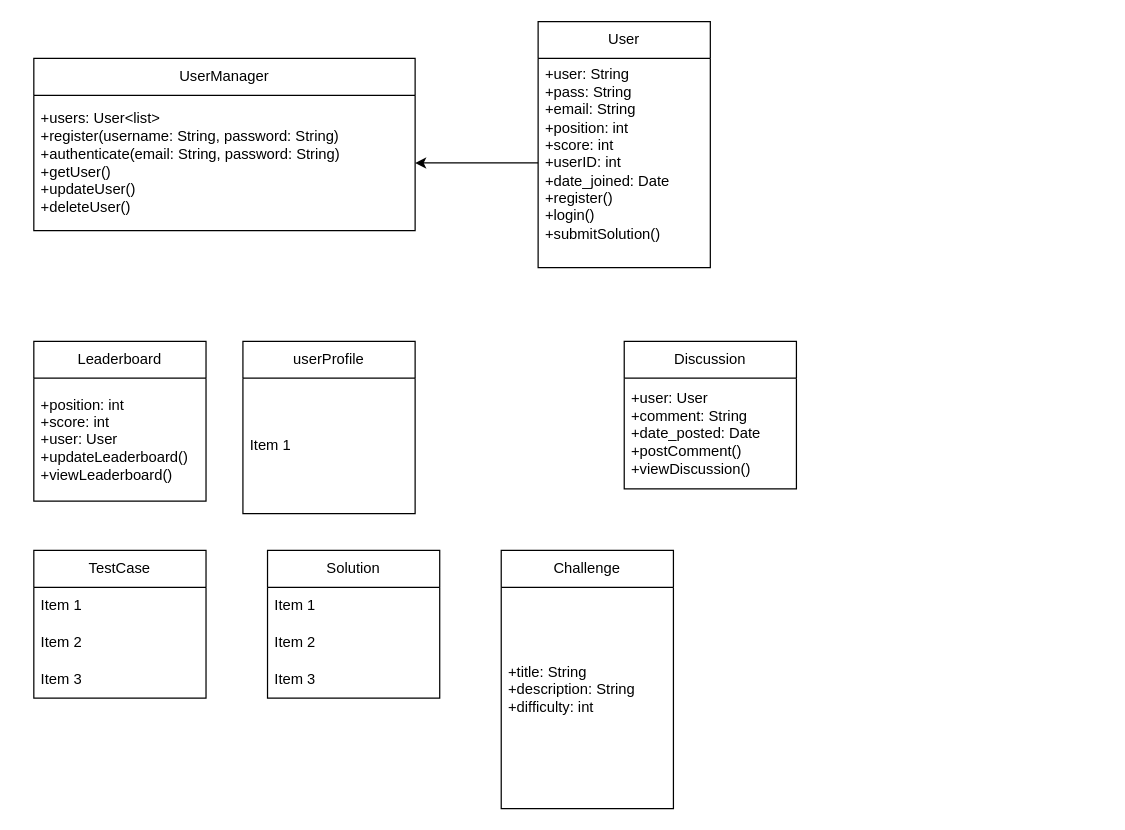
Before: class-diagram.drawio in rayesalnasra/code-golf, a draw.io diagram. Source tidied: cells renumbered, new cells numbered last; positions are measured from the earlier drawing's top-left corner, leaving out a move shared by most shapes. Both pictures are drawn from the tidied source at 123%, with x=0, y=0 at pixel (33, 21).
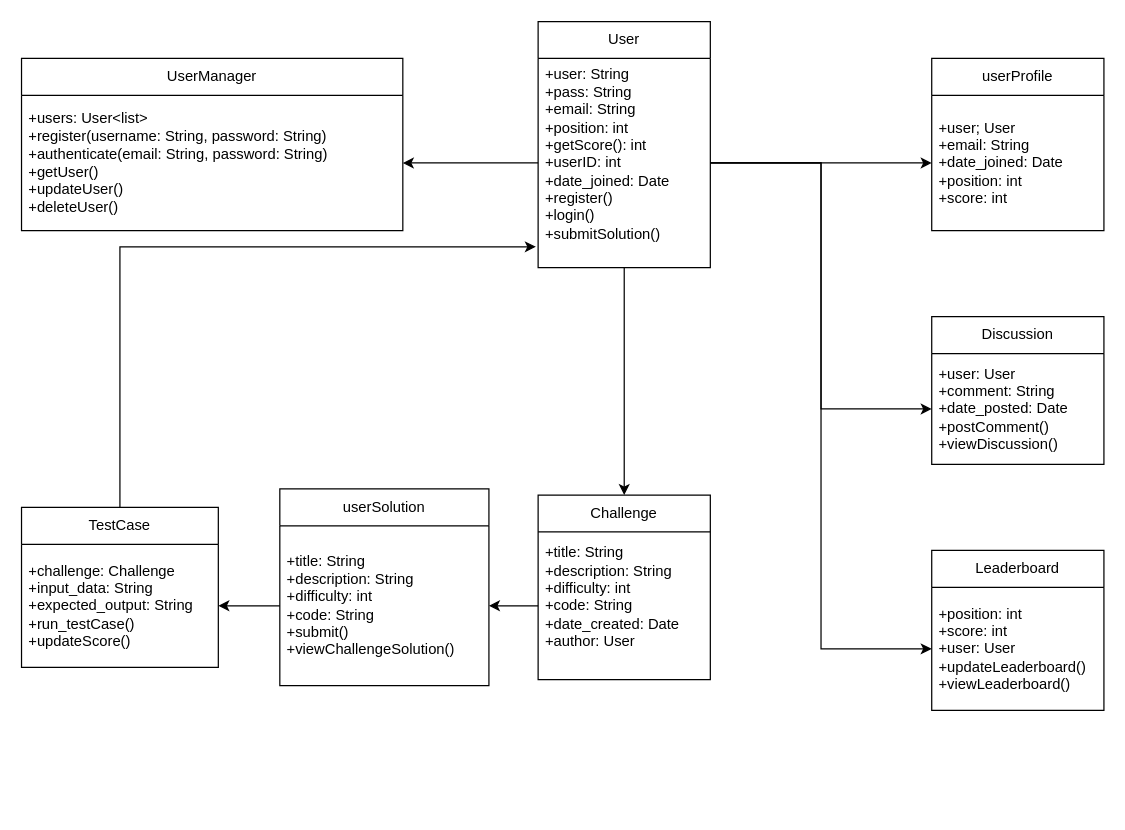
The same diagram, later.

Unchanged cells that the change refers to:
```xml
<mxCell id="4" value="User" style="swimlane;fontStyle=0;horizontal=1;startSize=30;whiteSpace=wrap;html=1;" parent="1" vertex="1">
  <mxGeometry x="410" width="140" height="200" as="geometry" />
</mxCell>
<mxCell id="7" value="+position: int&lt;div&gt;+score: int&lt;/div&gt;&lt;div&gt;+user: User&lt;/div&gt;&lt;div&gt;+updateLeaderboard()&lt;/div&gt;&lt;div&gt;+viewLeaderboard()&lt;/div&gt;" style="text;strokeColor=none;fillColor=none;align=left;verticalAlign=middle;spacingLeft=4;spacingRight=4;overflow=hidden;points=[[0,0.5],[1,0.5]];portConstraint=eastwest;whiteSpace=wrap;html=1;" parent="6" vertex="1">
  <mxGeometry y="30" width="140" height="100" as="geometry" />
</mxCell>
<mxCell id="19" value="+user: User&lt;div&gt;+comment: String&lt;/div&gt;&lt;div&gt;+date_posted: Date&lt;/div&gt;&lt;div&gt;+postComment()&lt;/div&gt;&lt;div&gt;+viewDiscussion()&lt;/div&gt;" style="text;strokeColor=none;fillColor=none;align=left;verticalAlign=middle;spacingLeft=4;spacingRight=4;overflow=hidden;points=[[0,0.5],[1,0.5]];portConstraint=eastwest;whiteSpace=wrap;html=1;" parent="18" vertex="1">
  <mxGeometry y="30" width="140" height="90" as="geometry" />
</mxCell>
```

What changed in the source:
```diff
@@
     <mxCell id="2" value="UserManager" style="swimlane;fontStyle=0;horizontal=1;startSize=30;whiteSpace=wrap;html=1;" parent="1" vertex="1">
-      <mxGeometry y="30" width="310" height="140" as="geometry" />
+      <mxGeometry x="-10" y="30" width="310" height="140" as="geometry" />
     </mxCell>
@@
+    <mxCell id="23" style="edgeStyle=orthogonalEdgeStyle;rounded=0;jettySize=auto;html=1;entryX=0.5;entryY=0;entryDx=0;entryDy=0;" parent="1" edge="1" source="4" target="8">
+      <mxGeometry relative="1" as="geometry" />
+    </mxCell>
@@
-    <mxCell id="5" value="&lt;div&gt;+user: String&lt;/div&gt;&lt;div&gt;+pass: String&lt;/div&gt;&lt;div&gt;+email: String&lt;/div&gt;+position: int&lt;div&gt;+score: int&lt;br&gt;&lt;div&gt;+userID: int&lt;/div&gt;&lt;div&gt;+date_joined: Date&lt;/div&gt;&lt;div&gt;+register()&lt;/div&gt;&lt;div&gt;+login()&lt;/div&gt;&lt;div&gt;+submitSolution()&lt;br&gt;&lt;/div&gt;&lt;/div&gt;&lt;div&gt;&lt;br&gt;&lt;/div&gt;" style="text;strokeColor=none;fillColor=none;align=left;verticalAlign=middle;spacingLeft=4;spacingRight=4;overflow=hidden;points=[[0,0.5],[1,0.5]];portConstraint=eastwest;whiteSpace=wrap;html=1;" parent="4" vertex="1">
+    <mxCell id="5" value="&lt;div&gt;+user: String&lt;/div&gt;&lt;div&gt;+pass: String&lt;/div&gt;&lt;div&gt;+email: String&lt;/div&gt;+position: int&lt;div&gt;+getScore(): int&lt;br&gt;&lt;div&gt;+userID: int&lt;/div&gt;&lt;div&gt;+date_joined: Date&lt;/div&gt;&lt;div&gt;+register()&lt;/div&gt;&lt;div&gt;+login()&lt;/div&gt;&lt;div&gt;+submitSolution()&lt;br&gt;&lt;/div&gt;&lt;/div&gt;&lt;div&gt;&lt;br&gt;&lt;/div&gt;" style="text;strokeColor=none;fillColor=none;align=left;verticalAlign=middle;spacingLeft=4;spacingRight=4;overflow=hidden;points=[[0,0.5],[1,0.5]];portConstraint=eastwest;whiteSpace=wrap;html=1;" parent="4" vertex="1">
       <mxGeometry y="30" width="140" height="170" as="geometry" />
     </mxCell>
     <mxCell id="6" value="Leaderboard" style="swimlane;fontStyle=0;horizontal=1;startSize=30;whiteSpace=wrap;html=1;" parent="1" vertex="1">
-      <mxGeometry y="260" width="140" height="130" as="geometry" />
+      <mxGeometry x="730" y="430" width="140" height="130" as="geometry" />
     </mxCell>
@@
     <mxCell id="8" value="Challenge" style="swimlane;fontStyle=0;horizontal=1;startSize=30;whiteSpace=wrap;html=1;" parent="1" vertex="1">
-      <mxGeometry x="380" y="430" width="140" height="210" as="geometry" />
+      <mxGeometry x="410" y="385" width="140" height="150" as="geometry" />
     </mxCell>
-    <mxCell id="9" value="+title: String&lt;div&gt;+description: String&lt;/div&gt;&lt;div&gt;+difficulty: int&lt;/div&gt;&lt;div&gt;&lt;br&gt;&lt;/div&gt;" style="text;strokeColor=none;fillColor=none;align=left;verticalAlign=middle;spacingLeft=4;spacingRight=4;overflow=hidden;points=[[0,0.5],[1,0.5]];portConstraint=eastwest;whiteSpace=wrap;html=1;" parent="8" vertex="1">
-      <mxGeometry y="30" width="140" height="180" as="geometry" />
+    <mxCell id="9" value="+title: String&lt;div&gt;+description: String&lt;/div&gt;&lt;div&gt;+difficulty: int&lt;/div&gt;&lt;div&gt;+code: String&lt;/div&gt;&lt;div&gt;+date_created: Date&lt;/div&gt;&lt;div&gt;+author: User&lt;/div&gt;&lt;div&gt;&lt;br&gt;&lt;/div&gt;" style="text;strokeColor=none;fillColor=none;align=left;verticalAlign=middle;spacingLeft=4;spacingRight=4;overflow=hidden;points=[[0,0.5],[1,0.5]];portConstraint=eastwest;whiteSpace=wrap;html=1;" parent="8" vertex="1">
+      <mxGeometry y="30" width="140" height="120" as="geometry" />
     </mxCell>
-    <mxCell id="10" value="Solution" style="swimlane;fontStyle=0;horizontal=1;startSize=30;whiteSpace=wrap;html=1;" parent="1" vertex="1">
-      <mxGeometry x="190" y="430" width="140" height="120" as="geometry" />
+    <mxCell id="10" value="userSolution" style="swimlane;fontStyle=0;horizontal=1;startSize=30;whiteSpace=wrap;html=1;" parent="1" vertex="1">
+      <mxGeometry x="200" y="380" width="170" height="160" as="geometry" />
     </mxCell>
-    <mxCell id="11" value="Item 1" style="text;strokeColor=none;fillColor=none;align=left;verticalAlign=middle;spacingLeft=4;spacingRight=4;overflow=hidden;points=[[0,0.5],[1,0.5]];portConstraint=eastwest;whiteSpace=wrap;html=1;" parent="10" vertex="1">
-      <mxGeometry y="30" width="140" height="30" as="geometry" />
+    <mxCell id="11" value="+title: String&lt;div&gt;+description: String&lt;/div&gt;&lt;div&gt;+difficulty: int&lt;/div&gt;&lt;div&gt;+code: String&lt;/div&gt;&lt;div&gt;+submit()&lt;/div&gt;&lt;div&gt;+viewChallengeSolution()&lt;/div&gt;" style="text;strokeColor=none;fillColor=none;align=left;verticalAlign=middle;spacingLeft=4;spacingRight=4;overflow=hidden;points=[[0,0.5],[1,0.5]];portConstraint=eastwest;whiteSpace=wrap;html=1;" parent="10" vertex="1">
+      <mxGeometry y="30" width="170" height="130" as="geometry" />
     </mxCell>
-    <mxCell id="12" value="Item 2" style="text;strokeColor=none;fillColor=none;align=left;verticalAlign=middle;spacingLeft=4;spacingRight=4;overflow=hidden;whiteSpace=wrap;html=1;" parent="10" vertex="1">
-      <mxGeometry y="60" width="140" height="30" as="geometry" />
-    </mxCell>
-    <mxCell id="13" value="Item 3" style="text;strokeColor=none;fillColor=none;align=left;verticalAlign=middle;spacingLeft=4;spacingRight=4;overflow=hidden;whiteSpace=wrap;html=1;" parent="10" vertex="1">
-      <mxGeometry y="90" width="140" height="30" as="geometry" />
-    </mxCell>
     <mxCell id="14" value="TestCase" style="swimlane;fontStyle=0;horizontal=1;startSize=30;whiteSpace=wrap;html=1;" parent="1" vertex="1">
-      <mxGeometry y="430" width="140" height="120" as="geometry" />
+      <mxGeometry x="-10" y="395" width="160" height="130" as="geometry" />
     </mxCell>
-    <mxCell id="15" value="Item 1" style="text;strokeColor=none;fillColor=none;align=left;verticalAlign=middle;spacingLeft=4;spacingRight=4;overflow=hidden;points=[[0,0.5],[1,0.5]];portConstraint=eastwest;whiteSpace=wrap;html=1;" parent="14" vertex="1">
-      <mxGeometry y="30" width="140" height="30" as="geometry" />
+    <mxCell id="15" value="+challenge: Challenge&lt;div&gt;+input_data: String&lt;/div&gt;&lt;div&gt;+expected_output: String&amp;nbsp;&lt;/div&gt;&lt;div&gt;+run_testCase()&lt;/div&gt;&lt;div&gt;+updateScore()&lt;/div&gt;" style="text;strokeColor=none;fillColor=none;align=left;verticalAlign=middle;spacingLeft=4;spacingRight=4;overflow=hidden;points=[[0,0.5],[1,0.5]];portConstraint=eastwest;whiteSpace=wrap;html=1;" parent="14" vertex="1">
+      <mxGeometry y="30" width="160" height="100" as="geometry" />
     </mxCell>
-    <mxCell id="16" value="Item 2" style="text;strokeColor=none;fillColor=none;align=left;verticalAlign=middle;spacingLeft=4;spacingRight=4;overflow=hidden;whiteSpace=wrap;html=1;" parent="14" vertex="1">
-      <mxGeometry y="60" width="140" height="30" as="geometry" />
-    </mxCell>
-    <mxCell id="17" value="Item 3" style="text;strokeColor=none;fillColor=none;align=left;verticalAlign=middle;spacingLeft=4;spacingRight=4;overflow=hidden;whiteSpace=wrap;html=1;" parent="14" vertex="1">
-      <mxGeometry y="90" width="140" height="30" as="geometry" />
-    </mxCell>
     <mxCell id="18" value="Discussion" style="swimlane;fontStyle=0;horizontal=1;startSize=30;whiteSpace=wrap;html=1;" parent="1" vertex="1">
-      <mxGeometry x="480" y="260" width="140" height="120" as="geometry" />
+      <mxGeometry x="730" y="240" width="140" height="120" as="geometry" />
     </mxCell>
@@
     <mxCell id="21" value="userProfile" style="swimlane;fontStyle=0;horizontal=1;startSize=30;whiteSpace=wrap;html=1;" parent="1" vertex="1">
-      <mxGeometry x="170" y="260" width="140" height="140" as="geometry" />
+      <mxGeometry x="730" y="30" width="140" height="140" as="geometry" />
     </mxCell>
-    <mxCell id="22" value="Item 1" style="text;strokeColor=none;fillColor=none;align=left;verticalAlign=middle;spacingLeft=4;spacingRight=4;overflow=hidden;points=[[0,0.5],[1,0.5]];portConstraint=eastwest;whiteSpace=wrap;html=1;" parent="21" vertex="1">
+    <mxCell id="22" value="+user; User&lt;div&gt;+email: String&lt;/div&gt;&lt;div&gt;+date_joined: Date&lt;/div&gt;&lt;div&gt;+position: int&lt;/div&gt;&lt;div&gt;+score: int&lt;/div&gt;" style="text;strokeColor=none;fillColor=none;align=left;verticalAlign=middle;spacingLeft=4;spacingRight=4;overflow=hidden;points=[[0,0.5],[1,0.5]];portConstraint=eastwest;whiteSpace=wrap;html=1;" parent="21" vertex="1">
       <mxGeometry y="30" width="140" height="110" as="geometry" />
     </mxCell>
+    <mxCell id="24" style="edgeStyle=orthogonalEdgeStyle;rounded=0;jettySize=auto;html=1;exitX=1;exitY=0.5;exitDx=0;exitDy=0;entryX=0;entryY=0.5;entryDx=0;entryDy=0;" parent="1" edge="1" source="5" target="22">
+      <mxGeometry relative="1" as="geometry" />
+    </mxCell>
+    <mxCell id="25" style="edgeStyle=orthogonalEdgeStyle;rounded=0;jettySize=auto;html=1;exitX=1;exitY=0.5;exitDx=0;exitDy=0;" parent="1" edge="1" source="5" target="19">
+      <mxGeometry relative="1" as="geometry" />
+    </mxCell>
+    <mxCell id="26" style="edgeStyle=orthogonalEdgeStyle;rounded=0;jettySize=auto;html=1;exitX=1;exitY=0.5;exitDx=0;exitDy=0;entryX=0;entryY=0.5;entryDx=0;entryDy=0;" parent="1" edge="1" source="5" target="7">
+      <mxGeometry relative="1" as="geometry" />
+    </mxCell>
+    <mxCell id="27" style="edgeStyle=orthogonalEdgeStyle;rounded=0;jettySize=auto;html=1;exitX=0.5;exitY=0;exitDx=0;exitDy=0;entryX=-0.013;entryY=0.901;entryDx=0;entryDy=0;entryPerimeter=0;" parent="1" edge="1" source="14" target="5">
+      <mxGeometry relative="1" as="geometry" />
+    </mxCell>
+    <mxCell id="28" style="edgeStyle=orthogonalEdgeStyle;rounded=0;jettySize=auto;html=1;exitX=0;exitY=0.5;exitDx=0;exitDy=0;entryX=1;entryY=0.5;entryDx=0;entryDy=0;" parent="1" edge="1" source="9" target="11">
+      <mxGeometry relative="1" as="geometry" />
+    </mxCell>
+    <mxCell id="29" style="edgeStyle=orthogonalEdgeStyle;rounded=0;jettySize=auto;html=1;exitX=0;exitY=0.5;exitDx=0;exitDy=0;entryX=1;entryY=0.5;entryDx=0;entryDy=0;" parent="1" edge="1" source="11" target="15">
+      <mxGeometry relative="1" as="geometry" />
+    </mxCell>
```
